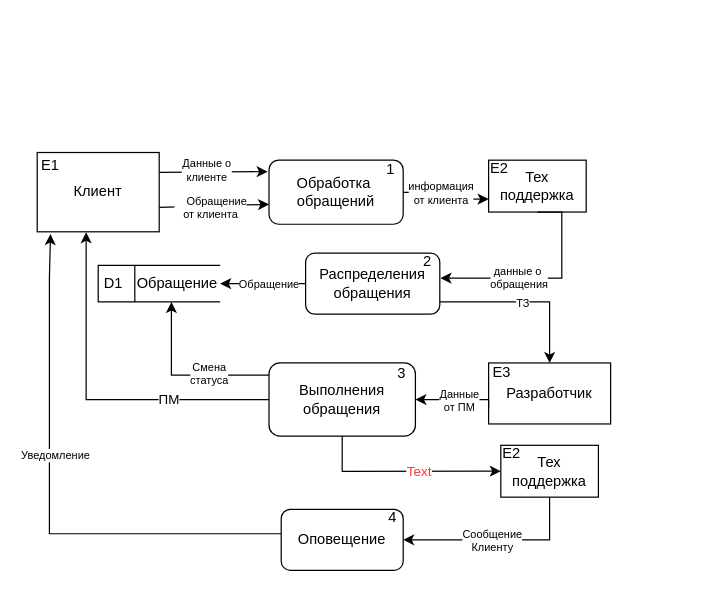
Earlier version of the draw.io diagram page "декомпозиция AS IS" (2 of 4) of 9семестр/МиСПИСиТ/Новая папка/dfd.drawio (semenovMaksWeb/biti). Source tidied: cells renumbered, new cells numbered last; positions are measured from the earlier drawing's top-left corner, leaving out a move shared by most shapes. Both pictures are drawn from the tidied source at 122%, with x=0, y=0 at pixel (37, 152).
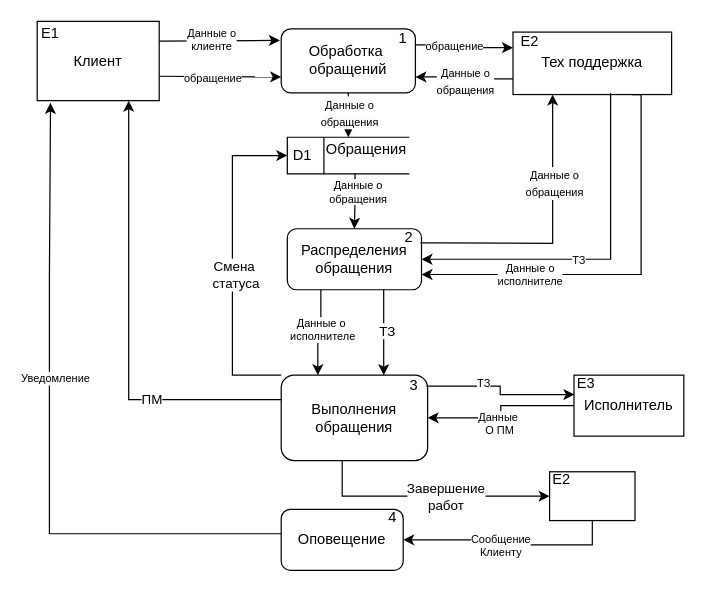
The same page after the edit.

Unchanged cells that the change refers to:
```xml
<mxCell id="7" value="Клиент" style="html=1;dashed=0;whiteSpace=wrap;" parent="6" vertex="1">
  <mxGeometry width="100" height="65" as="geometry" />
</mxCell>
<mxCell id="10" value="Обработка&amp;nbsp;&lt;br&gt;обращений" style="rounded=1;whiteSpace=wrap;html=1;" parent="9" vertex="1">
  <mxGeometry width="110" height="52.5" as="geometry" />
</mxCell>
<mxCell id="13" value="&lt;span style=&quot;background-color: rgb(255, 255, 255);&quot;&gt;Распределения&lt;/span&gt;&lt;br style=&quot;background-color: rgb(255, 255, 255);&quot;&gt;&lt;span style=&quot;background-color: rgb(255, 255, 255);&quot;&gt;обращения&lt;/span&gt;" style="rounded=1;whiteSpace=wrap;html=1;" parent="12" vertex="1">
  <mxGeometry width="110" height="50" as="geometry" />
</mxCell>
<mxCell id="14" value="2" style="text;html=1;align=center;verticalAlign=middle;whiteSpace=wrap;rounded=0;" parent="12" vertex="1">
  <mxGeometry x="90.8" y="3.3" width="18.3" height="8.3" as="geometry" />
</mxCell>
<mxCell id="17" value="3" style="text;html=1;align=center;verticalAlign=middle;whiteSpace=wrap;rounded=0;" parent="15" vertex="1">
  <mxGeometry x="99" y="4" width="20" height="10" as="geometry" />
</mxCell>
<mxCell id="46" style="group;" parent="45" vertex="1">
  <mxGeometry width="80" height="42.5" as="geometry" />
</mxCell>
```

What changed in the source:
```diff
@@
-    <mxCell id="2" style="endArrow=classic;html=1;rounded=0;exitX=1;exitY=0.5;exitDx=0;exitDy=0;entryX=0;entryY=0.5;entryDx=0;entryDy=0;" parent="1" edge="1">
+    <mxCell id="2" style="endArrow=classic;html=1;rounded=0;exitX=1;exitY=0.5;exitDx=0;exitDy=0;entryX=0;entryY=0.75;entryDx=0;entryDy=0;" parent="1" edge="1" target="10">
       <mxGeometry relative="1" as="geometry">
-        <mxPoint x="100" y="44.5" as="sourcePoint" />
-        <mxPoint x="190" y="42" as="targetPoint" />
+        <mxPoint x="100" y="-63" as="sourcePoint" />
       </mxGeometry>
     </mxCell>
-    <mxCell id="3" value="&amp;nbsp; &amp;nbsp; Обращение&lt;br&gt;от клиента" style="edgeLabel;html=1;align=center;verticalAlign=middle;fontSize=9;" parent="2" vertex="1">
+    <mxCell id="3" value="обращение" style="edgeLabel;html=1;align=center;verticalAlign=middle;fontSize=9;" parent="2" vertex="1">
       <mxGeometry x="-0.3" y="-2" relative="1" as="geometry">
         <mxPoint x="9" y="-1" as="offset" />
       </mxGeometry>
     </mxCell>
@@
     <mxCell id="6" style="group;" parent="1" vertex="1">
-      <mxGeometry y="-0.5" width="100" height="65" as="geometry" />
+      <mxGeometry y="-108" width="100" height="65" as="geometry" />
     </mxCell>
@@
     <mxCell id="9" style="group;" parent="1" vertex="1">
-      <mxGeometry x="190" y="5.8" width="110" height="52.5" as="geometry" />
+      <mxGeometry x="200" y="-101.8" width="110" height="52.5" as="geometry" />
     </mxCell>
@@
     <mxCell id="12" style="group;" parent="1" vertex="1">
-      <mxGeometry x="220" y="82" width="110" height="50" as="geometry" />
+      <mxGeometry x="205" y="62" width="110" height="50" as="geometry" />
     </mxCell>
@@
     <mxCell id="15" style="group;" parent="1" vertex="1">
-      <mxGeometry x="190" y="172" width="120" height="60" as="geometry" />
+      <mxGeometry x="200" y="182" width="120" height="70" as="geometry" />
     </mxCell>
     <mxCell id="16" value="&lt;span style=&quot;background-color: rgb(255, 255, 255);&quot;&gt;Выполнения&lt;/span&gt;&lt;br style=&quot;background-color: rgb(255, 255, 255);&quot;&gt;&lt;span style=&quot;background-color: rgb(255, 255, 255);&quot;&gt;обращения&lt;/span&gt;" style="rounded=1;whiteSpace=wrap;html=1;" parent="15" vertex="1">
-      <mxGeometry width="120" height="60" as="geometry" />
+      <mxGeometry width="120" height="70" as="geometry" />
     </mxCell>
@@
-    <mxCell id="23" style="group;" parent="1" vertex="1">
-      <mxGeometry x="370" y="5.8" width="80" height="42.5" as="geometry" />
-    </mxCell>
-    <mxCell id="24" style="group;" parent="23" vertex="1">
-      <mxGeometry width="80" height="42.5" as="geometry" />
-    </mxCell>
-    <mxCell id="25" value="Тех поддержка" style="html=1;dashed=0;whiteSpace=wrap;" parent="24" vertex="1">
-      <mxGeometry width="80" height="42.5" as="geometry" />
-    </mxCell>
-    <mxCell id="26" value="Е2" style="text;html=1;align=center;verticalAlign=middle;whiteSpace=wrap;rounded=0;" parent="24" vertex="1">
-      <mxGeometry x="0.8" y="2.5" width="16" height="8.5" as="geometry" />
-    </mxCell>
     <mxCell id="27" style="group;" parent="1" vertex="1">
-      <mxGeometry x="50" y="92" width="100" height="30" as="geometry" />
+      <mxGeometry x="205" y="-18" width="100" height="30" as="geometry" />
     </mxCell>
     <mxCell id="28" value="D1" style="html=1;dashed=0;whiteSpace=wrap;shape=mxgraph.dfd.dataStoreID;align=left;spacingLeft=3;points=[[0,0],[0.5,0],[1,0],[0,0.5],[1,0.5],[0,1],[0.5,1],[1,1]];" parent="27" vertex="1">
-      <mxGeometry width="100" height="30" as="geometry" />
+      <mxGeometry y="5" width="100" height="30" as="geometry" />
     </mxCell>
-    <mxCell id="29" value="Обращение" style="text;html=1;align=center;verticalAlign=middle;whiteSpace=wrap;rounded=0;" parent="27" vertex="1">
+    <mxCell id="29" value="Обращения" style="text;html=1;align=center;verticalAlign=middle;whiteSpace=wrap;rounded=0;" parent="27" vertex="1">
       <mxGeometry x="40" y="5" width="50" height="20" as="geometry" />
     </mxCell>
     <mxCell id="30" style="group;" parent="1" vertex="1">
-      <mxGeometry x="370" y="172" width="100" height="50" as="geometry" />
+      <mxGeometry x="440" y="182" width="90" height="50" as="geometry" />
     </mxCell>
-    <mxCell id="31" value="Разработчик" style="html=1;dashed=0;whiteSpace=wrap;" parent="30" vertex="1">
-      <mxGeometry width="100" height="50" as="geometry" />
+    <mxCell id="31" value="Исполнитель" style="html=1;dashed=0;whiteSpace=wrap;" parent="30" vertex="1">
+      <mxGeometry width="90" height="50" as="geometry" />
     </mxCell>
     <mxCell id="32" value="Е3" style="text;html=1;align=center;verticalAlign=middle;whiteSpace=wrap;rounded=0;" parent="30" vertex="1">
-      <mxGeometry x="1" y="3" width="20" height="10" as="geometry" />
+      <mxGeometry x="0.9" y="2.5" width="18" height="8.3" as="geometry" />
     </mxCell>
-    <mxCell id="33" style="edgeStyle=orthogonalEdgeStyle;rounded=0;jettySize=auto;html=1;entryX=1.005;entryY=0.41;entryDx=0;entryDy=0;entryPerimeter=0;exitX=0.5;exitY=1;exitDx=0;exitDy=0;" parent="1" edge="1" source="25" target="13">
-      <mxGeometry relative="1" as="geometry">
-        <Array as="points">
-          <mxPoint x="430" y="103" />
-        </Array>
-      </mxGeometry>
-    </mxCell>
-    <mxCell id="34" value="&lt;span&gt;данные о&amp;nbsp;&lt;/span&gt;&lt;br&gt;&lt;span&gt;обращения&lt;/span&gt;" style="edgeLabel;html=1;align=center;verticalAlign=middle;fontSize=9;" parent="33" vertex="1">
-      <mxGeometry x="0.27" y="-1" relative="1" as="geometry" />
-    </mxCell>
-    <mxCell id="35" style="edgeStyle=orthogonalEdgeStyle;rounded=0;jettySize=auto;html=1;entryX=0;entryY=0.75;entryDx=0;entryDy=0;" parent="1" edge="1" source="10" target="25">
-      <mxGeometry relative="1" as="geometry" />
-    </mxCell>
-    <mxCell id="36" value="&lt;span&gt;информация&lt;/span&gt;&lt;br&gt;&lt;span&gt;от клиента&lt;/span&gt;" style="edgeLabel;html=1;align=center;verticalAlign=middle;fontSize=9;" parent="35" vertex="1">
-      <mxGeometry x="-0.21" relative="1" as="geometry" />
-    </mxCell>
-    <mxCell id="37" style="edgeStyle=orthogonalEdgeStyle;rounded=0;jettySize=auto;html=1;entryX=1;entryY=0.5;entryDx=0;entryDy=0;fontSize=9;" parent="1" edge="1" source="13" target="28">
-      <mxGeometry relative="1" as="geometry" />
-    </mxCell>
-    <mxCell id="38" value="Обращение" style="edgeLabel;html=1;align=center;verticalAlign=middle;fontSize=9;" parent="37" vertex="1">
-      <mxGeometry x="0.15" y="-1" relative="1" as="geometry">
-        <mxPoint x="9" y="1" as="offset" />
-      </mxGeometry>
-    </mxCell>
-    <mxCell id="39" style="edgeStyle=orthogonalEdgeStyle;rounded=0;jettySize=auto;html=1;entryX=0.401;entryY=1.006;entryDx=0;entryDy=0;entryPerimeter=0;" parent="1" edge="1" source="16" target="7">
+    <mxCell id="39" style="edgeStyle=orthogonalEdgeStyle;rounded=0;jettySize=auto;html=1;entryX=0.75;entryY=1;entryDx=0;entryDy=0;" parent="1" edge="1" source="16" target="7">
       <mxGeometry relative="1" as="geometry">
         <Array as="points">
-          <mxPoint x="40" y="202" />
+          <mxPoint x="75" y="202" />
         </Array>
       </mxGeometry>
     </mxCell>
@@
-    <mxCell id="41" style="edgeStyle=orthogonalEdgeStyle;rounded=0;jettySize=auto;html=1;entryX=0.5;entryY=0;entryDx=0;entryDy=0;" parent="1" edge="1" source="13" target="31">
-      <mxGeometry relative="1" as="geometry">
-        <Array as="points">
-          <mxPoint x="420" y="122" />
-        </Array>
-      </mxGeometry>
-    </mxCell>
-    <mxCell id="42" value="ТЗ" style="edgeLabel;html=1;align=center;verticalAlign=middle;fontSize=9;" parent="41" vertex="1">
-      <mxGeometry x="-0.04" y="-1" relative="1" as="geometry" />
-    </mxCell>
-    <mxCell id="43" style="edgeStyle=orthogonalEdgeStyle;rounded=0;jettySize=auto;html=1;entryX=1;entryY=0.5;entryDx=0;entryDy=0;exitX=0;exitY=0.75;exitDx=0;exitDy=0;" parent="1" edge="1" source="31" target="16">
-      <mxGeometry relative="1" as="geometry">
-        <Array as="points">
-          <mxPoint x="370" y="202" />
-        </Array>
-      </mxGeometry>
-    </mxCell>
-    <mxCell id="44" value="Данные&lt;br&gt;от ПМ" style="edgeLabel;html=1;align=center;verticalAlign=middle;fontSize=9;" parent="43" vertex="1">
-      <mxGeometry x="0.29" relative="1" as="geometry">
-        <mxPoint x="12" as="offset" />
-      </mxGeometry>
-    </mxCell>
     <mxCell id="45" style="group;" parent="1" vertex="1">
-      <mxGeometry x="380" y="239.5" width="80" height="42.5" as="geometry" />
+      <mxGeometry x="410" y="261.2" width="80" height="42.5" as="geometry" />
     </mxCell>
@@
-    <mxCell id="47" value="Тех поддержка" style="html=1;dashed=0;whiteSpace=wrap;" parent="46" vertex="1">
-      <mxGeometry width="80" height="42.5" as="geometry" />
+    <mxCell id="47" style="html=1;dashed=0;whiteSpace=wrap;" parent="46" vertex="1">
+      <mxGeometry x="10" width="70" height="40" as="geometry" />
     </mxCell>
     <mxCell id="48" value="Е2" style="text;html=1;align=center;verticalAlign=middle;whiteSpace=wrap;rounded=0;" parent="46" vertex="1">
-      <mxGeometry x="0.8" y="2.5" width="16" height="8.5" as="geometry" />
+      <mxGeometry x="11.8" y="2.5" width="16" height="8.5" as="geometry" />
     </mxCell>
     <mxCell id="49" style="edgeStyle=orthogonalEdgeStyle;rounded=0;jettySize=auto;html=1;entryX=0;entryY=0.5;entryDx=0;entryDy=0;" parent="1" edge="1" source="16" target="47">
       <mxGeometry relative="1" as="geometry">
         <Array as="points">
-          <mxPoint x="250" y="261" />
+          <mxPoint x="250" y="282" />
         </Array>
       </mxGeometry>
     </mxCell>
-    <mxCell id="50" value="Text" style="edgeLabel;html=1;align=center;verticalAlign=middle;fontColor=#FF3333;" parent="49" vertex="1">
+    <mxCell id="50" value="&lt;font style=&quot;color: rgb(0, 0, 0);&quot;&gt;Завершение&lt;br&gt;работ&lt;/font&gt;" style="edgeLabel;html=1;align=center;verticalAlign=middle;fontColor=#FF3333;" parent="49" vertex="1">
       <mxGeometry x="0.14" relative="1" as="geometry" />
     </mxCell>
-    <mxCell id="51" style="edgeStyle=orthogonalEdgeStyle;rounded=0;jettySize=auto;html=1;" parent="1" edge="1" source="16">
-      <mxGeometry relative="1" as="geometry">
-        <mxPoint x="110" y="122" as="targetPoint" />
-        <Array as="points">
-          <mxPoint x="110" y="182" />
-          <mxPoint x="110" y="125" />
-        </Array>
-      </mxGeometry>
-    </mxCell>
-    <mxCell id="52" value="Смена&lt;br&gt;статуса" style="edgeLabel;html=1;align=center;verticalAlign=middle;fontSize=9;" parent="51" vertex="1">
-      <mxGeometry x="0.28" y="2" relative="1" as="geometry">
-        <mxPoint x="32" y="8" as="offset" />
-      </mxGeometry>
-    </mxCell>
@@
+    <mxCell id="55" style="edgeStyle=orthogonalEdgeStyle;rounded=0;jettySize=auto;html=1;entryX=0.5;entryY=0;entryDx=0;entryDy=0;exitX=0.555;exitY=0.998;exitDx=0;exitDy=0;exitPerimeter=0;" parent="1" edge="1" source="28" target="13">
+      <mxGeometry relative="1" as="geometry" />
+    </mxCell>
+    <mxCell id="56" value="&lt;span style=&quot;text-wrap-mode: wrap; background-color: rgb(251, 251, 251);&quot;&gt;Данные о обращения&lt;/span&gt;" style="edgeLabel;html=1;align=center;verticalAlign=middle;fontSize=9;" parent="55" vertex="1">
+      <mxGeometry x="-0.35" y="2" relative="1" as="geometry" />
+    </mxCell>
+    <mxCell id="57" style="edgeStyle=orthogonalEdgeStyle;rounded=0;orthogonalLoop=1;jettySize=auto;html=1;entryX=0.5;entryY=0;entryDx=0;entryDy=0;" parent="1" edge="1">
+      <mxGeometry relative="1" as="geometry">
+        <mxPoint x="284" y="112" as="sourcePoint" />
+        <mxPoint x="284" y="182" as="targetPoint" />
+      </mxGeometry>
+    </mxCell>
+    <mxCell id="58" value="ТЗ" style="edgeLabel;html=1;align=center;verticalAlign=middle;" parent="57" vertex="1">
+      <mxGeometry x="-0.07" y="2" relative="1" as="geometry" />
+    </mxCell>
+    <mxCell id="59" style="edgeStyle=orthogonalEdgeStyle;rounded=0;jettySize=auto;html=1;" parent="1" edge="1" source="16">
+      <mxGeometry relative="1" as="geometry">
+        <mxPoint x="205" y="2" as="targetPoint" />
+        <Array as="points">
+          <mxPoint x="160" y="182" />
+          <mxPoint x="160" y="2" />
+          <mxPoint x="205" y="2" />
+        </Array>
+      </mxGeometry>
+    </mxCell>
+    <mxCell id="52" value="Смена&amp;nbsp;&lt;br&gt;статуса" style="edgeLabel;html=1;align=center;verticalAlign=middle;" parent="59" vertex="1">
+      <mxGeometry x="-0.07" y="-2" relative="1" as="geometry" />
+    </mxCell>
+    <mxCell id="60" style="edgeStyle=orthogonalEdgeStyle;rounded=0;jettySize=auto;html=1;entryX=0.5;entryY=0;entryDx=0;entryDy=0;" parent="1" edge="1" source="10" target="28">
+      <mxGeometry relative="1" as="geometry" />
+    </mxCell>
+    <mxCell id="61" value="&lt;span style=&quot;font-size: 9px; text-wrap-mode: wrap; background-color: rgb(251, 251, 251);&quot;&gt;Данные о обращения&lt;/span&gt;" style="edgeLabel;html=1;align=center;verticalAlign=middle;" parent="60" vertex="1">
+      <mxGeometry x="-0.67" relative="1" as="geometry">
+        <mxPoint y="9" as="offset" />
+      </mxGeometry>
+    </mxCell>
+    <mxCell id="62" style="group;" parent="1" vertex="1">
+      <mxGeometry x="390" y="-99.2" width="130" height="51.2" as="geometry" />
+    </mxCell>
+    <mxCell id="25" value="Тех поддержка" style="html=1;dashed=0;whiteSpace=wrap;" parent="62" vertex="1">
+      <mxGeometry width="130" height="51.2" as="geometry" />
+    </mxCell>
+    <mxCell id="26" value="Е2" style="text;html=1;align=center;verticalAlign=middle;whiteSpace=wrap;rounded=0;" parent="62" vertex="1">
+      <mxGeometry x="1.3" y="3.1" width="26" height="10.2" as="geometry" />
+    </mxCell>
+    <mxCell id="35" style="edgeStyle=orthogonalEdgeStyle;rounded=0;jettySize=auto;html=1;exitX=1;exitY=0.25;exitDx=0;exitDy=0;entryX=0;entryY=0.25;entryDx=0;entryDy=0;" parent="1" edge="1" source="10" target="25">
+      <mxGeometry relative="1" as="geometry" />
+    </mxCell>
+    <mxCell id="63" value="&lt;span style=&quot;font-size: 9px;&quot;&gt;обращение&lt;/span&gt;" style="edgeLabel;html=1;align=center;verticalAlign=middle;" parent="35" vertex="1">
+      <mxGeometry x="-0.23" relative="1" as="geometry" />
+    </mxCell>
+    <mxCell id="64" style="edgeStyle=orthogonalEdgeStyle;rounded=0;jettySize=auto;html=1;exitX=0;exitY=0.75;exitDx=0;exitDy=0;entryX=1;entryY=0.75;entryDx=0;entryDy=0;" parent="1" edge="1" source="25" target="10">
+      <mxGeometry relative="1" as="geometry" />
+    </mxCell>
+    <mxCell id="65" value="&lt;span style=&quot;font-size: 9px; text-wrap-mode: wrap; background-color: rgb(251, 251, 251);&quot;&gt;Данные о обращения&lt;/span&gt;" style="edgeLabel;html=1;align=center;verticalAlign=middle;" parent="64" vertex="1">
+      <mxGeometry x="-0.01" y="1" relative="1" as="geometry">
+        <mxPoint x="1" y="1" as="offset" />
+      </mxGeometry>
+    </mxCell>
+    <mxCell id="66" style="edgeStyle=orthogonalEdgeStyle;rounded=0;jettySize=auto;html=1;exitX=1;exitY=1;exitDx=0;exitDy=0;entryX=0.25;entryY=1;entryDx=0;entryDy=0;" parent="1" edge="1" source="14" target="25">
+      <mxGeometry relative="1" as="geometry">
+        <Array as="points">
+          <mxPoint x="330" y="74" />
+          <mxPoint x="425" y="74" />
+        </Array>
+      </mxGeometry>
+    </mxCell>
+    <mxCell id="67" value="&lt;span style=&quot;font-size: 9px; text-wrap-mode: wrap; background-color: rgb(251, 251, 251);&quot;&gt;Данные о обращения&lt;/span&gt;" style="edgeLabel;html=1;align=center;verticalAlign=middle;" parent="66" vertex="1">
+      <mxGeometry x="0.37" y="-1" relative="1" as="geometry" />
+    </mxCell>
+    <mxCell id="33" style="edgeStyle=orthogonalEdgeStyle;rounded=0;jettySize=auto;html=1;exitX=0.75;exitY=1;exitDx=0;exitDy=0;entryX=1;entryY=0.75;entryDx=0;entryDy=0;" parent="1" edge="1" source="25" target="13">
+      <mxGeometry relative="1" as="geometry">
+        <Array as="points">
+          <mxPoint x="495" y="100" />
+        </Array>
+      </mxGeometry>
+    </mxCell>
+    <mxCell id="68" value="Данные о &lt;br&gt;исполнителе" style="edgeLabel;html=1;align=center;verticalAlign=middle;fontSize=9;" parent="33" vertex="1">
+      <mxGeometry x="0.06" relative="1" as="geometry">
+        <mxPoint x="-69" as="offset" />
+      </mxGeometry>
+    </mxCell>
+    <mxCell id="69" style="edgeStyle=orthogonalEdgeStyle;rounded=0;jettySize=auto;html=1;entryX=1;entryY=0.5;entryDx=0;entryDy=0;" parent="1" edge="1" target="13">
+      <mxGeometry relative="1" as="geometry">
+        <mxPoint x="470" y="-49" as="sourcePoint" />
+        <Array as="points">
+          <mxPoint x="470" y="-49" />
+          <mxPoint x="470" y="87" />
+        </Array>
+      </mxGeometry>
+    </mxCell>
+    <mxCell id="70" value="ТЗ" style="edgeLabel;html=1;align=center;verticalAlign=middle;fontSize=9;" parent="69" vertex="1">
+      <mxGeometry x="0.35" y="1" relative="1" as="geometry">
+        <mxPoint x="33" y="-1" as="offset" />
+      </mxGeometry>
+    </mxCell>
+    <mxCell id="71" style="edgeStyle=orthogonalEdgeStyle;rounded=0;jettySize=auto;html=1;exitX=0.25;exitY=1;exitDx=0;exitDy=0;entryX=0.25;entryY=0;entryDx=0;entryDy=0;" parent="1" edge="1" source="13" target="16">
+      <mxGeometry relative="1" as="geometry" />
+    </mxCell>
+    <mxCell id="72" value="Данные о&amp;nbsp;&lt;br&gt;&lt;span&gt;исполнителе&lt;/span&gt;" style="edgeLabel;html=1;align=center;verticalAlign=middle;fontSize=9;" parent="71" vertex="1">
+      <mxGeometry x="-0.12" y="1" relative="1" as="geometry" />
+    </mxCell>
+    <mxCell id="43" value="Данные&amp;nbsp;&lt;div&gt;О ПМ&lt;/div&gt;" style="edgeStyle=orthogonalEdgeStyle;rounded=0;jettySize=auto;html=1;exitX=0;exitY=0.5;exitDx=0;exitDy=0;entryX=1;entryY=0.5;entryDx=0;entryDy=0;fontSize=9;" parent="1" edge="1" source="31" target="16">
+      <mxGeometry x="0.09" y="5" relative="1" as="geometry" />
+    </mxCell>
+    <mxCell id="73" style="edgeStyle=orthogonalEdgeStyle;rounded=0;jettySize=auto;html=1;entryX=0.004;entryY=0.318;entryDx=0;entryDy=0;entryPerimeter=0;" parent="1" edge="1" source="17" target="31">
+      <mxGeometry relative="1" as="geometry" />
+    </mxCell>
+    <mxCell id="74" value="ТЗ" style="edgeLabel;html=1;align=center;verticalAlign=middle;fontSize=9;" parent="73" vertex="1">
+      <mxGeometry x="0.44" y="-1" relative="1" as="geometry">
+        <mxPoint x="-39" y="-10" as="offset" />
+      </mxGeometry>
+    </mxCell>
```
